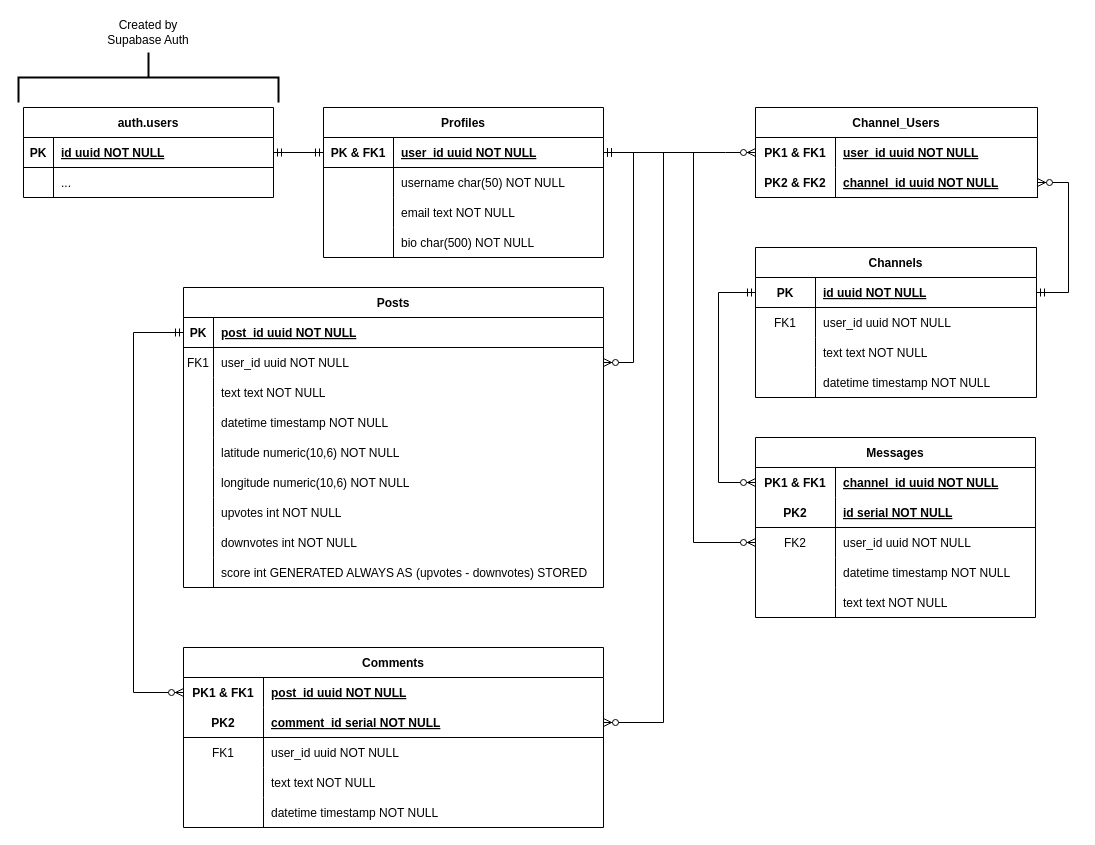
connlim/EventHorizon keeps this draw.io diagram as ER Diagram.drawio. Above is the earlier version. Source tidied: cells renumbered, new cells numbered last; positions are measured from the earlier drawing's top-left corner, leaving out a move shared by most shapes. Both pictures are drawn from the tidied source at 100%, with x=0, y=0 at pixel (23, -53).
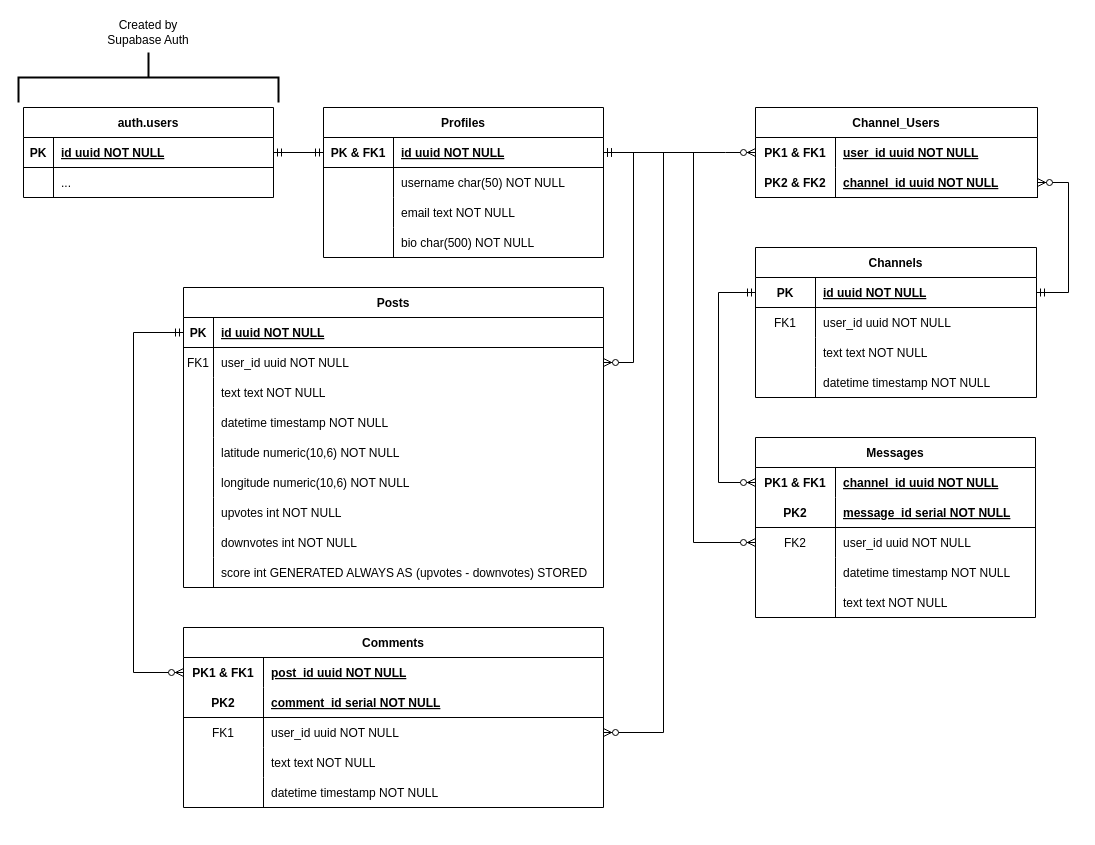
Above is the later version.

Commit message:
Clean up table primary key names

The change refers to these unchanged cells:
```xml
<mxCell id="3" style="shape=partialRectangle;fillColor=none;points=[[0,0.5],[1,0.5]];portConstraint=eastwest;top=0;left=0;right=0;bottom=1;" parent="2" vertex="1">
  <mxGeometry y="30" width="280" height="30" as="geometry" />
</mxCell>
<mxCell id="16" style="shape=partialRectangle;fillColor=none;points=[[0,0.5],[1,0.5]];portConstraint=eastwest;top=0;left=0;right=0;bottom=1;" parent="15" vertex="1">
  <mxGeometry y="30" width="420" height="30" as="geometry" />
</mxCell>
<mxCell id="61" style="shape=partialRectangle;fillColor=none;points=[[0,0.5],[1,0.5]];portConstraint=eastwest;top=0;left=0;right=0;bottom=0;" parent="54" vertex="1">
  <mxGeometry y="90" width="420" height="30" as="geometry" />
</mxCell>
<mxCell id="97" style="shape=partialRectangle;fillColor=none;top=0;left=0;right=0;bottom=1;" parent="93" vertex="1">
  <mxGeometry y="60" width="280" height="30" as="geometry" />
</mxCell>
```

Diff of the diagram source:
```diff
@@
-    <mxCell id="5" value="user_id uuid NOT NULL " style="shape=partialRectangle;overflow=hidden;fillColor=none;top=0;left=0;bottom=0;right=0;align=left;spacingLeft=6;fontStyle=5;" parent="3" vertex="1">
+    <mxCell id="5" value="id uuid NOT NULL " style="shape=partialRectangle;overflow=hidden;fillColor=none;top=0;left=0;bottom=0;right=0;align=left;spacingLeft=6;fontStyle=5;" parent="3" vertex="1">
       <mxGeometry x="70" width="210" height="30" as="geometry" />
     </mxCell>
@@
-    <mxCell id="18" value="post_id uuid NOT NULL " style="shape=partialRectangle;overflow=hidden;fillColor=none;top=0;left=0;bottom=0;right=0;align=left;spacingLeft=6;fontStyle=5;" parent="16" vertex="1">
+    <mxCell id="18" value="id uuid NOT NULL " style="shape=partialRectangle;overflow=hidden;fillColor=none;top=0;left=0;bottom=0;right=0;align=left;spacingLeft=6;fontStyle=5;" parent="16" vertex="1">
       <mxGeometry x="30" width="390" height="30" as="geometry" />
     </mxCell>
@@
     <mxCell id="54" value="Comments" style="shape=table;startSize=30;childLayout=tableLayout;rowLines=0;fontStyle=1;align=center;fillColor=default;" parent="1" vertex="1">
-      <mxGeometry x="160" y="700" width="420" height="180" as="geometry" />
+      <mxGeometry x="160" y="680" width="420" height="180" as="geometry" />
     </mxCell>
@@
-    <mxCell id="71" style="fontSize=12;html=1;endArrow=ERzeroToMany;startArrow=ERmandOne;rounded=0;entryX=1;entryY=0.5;entryDx=0;entryDy=0;exitX=1;exitY=0.5;exitDx=0;exitDy=0;edgeStyle=elbowEdgeStyle;" parent="1" edge="1" source="3">
+    <mxCell id="71" style="fontSize=12;html=1;endArrow=ERzeroToMany;startArrow=ERmandOne;rounded=0;entryX=1;entryY=0.5;entryDx=0;entryDy=0;exitX=1;exitY=0.5;exitDx=0;exitDy=0;edgeStyle=elbowEdgeStyle;" parent="1" edge="1" source="3" target="61">
       <mxGeometry relative="1" as="geometry">
-        <mxPoint x="580" y="775" as="targetPoint" />
         <Array as="points">
           <mxPoint x="640" y="500" />
         </Array>
       </mxGeometry>
     </mxCell>
@@
-    <mxCell id="99" value="id serial NOT NULL" style="shape=partialRectangle;overflow=hidden;fillColor=none;top=0;left=0;bottom=0;right=0;align=left;spacingLeft=6;fontStyle=5;strokeColor=none;" parent="97" vertex="1">
+    <mxCell id="99" value="message_id serial NOT NULL" style="shape=partialRectangle;overflow=hidden;fillColor=none;top=0;left=0;bottom=0;right=0;align=left;spacingLeft=6;fontStyle=5;strokeColor=none;" parent="97" vertex="1">
       <mxGeometry x="80" width="200" height="30" as="geometry" />
     </mxCell>
```
